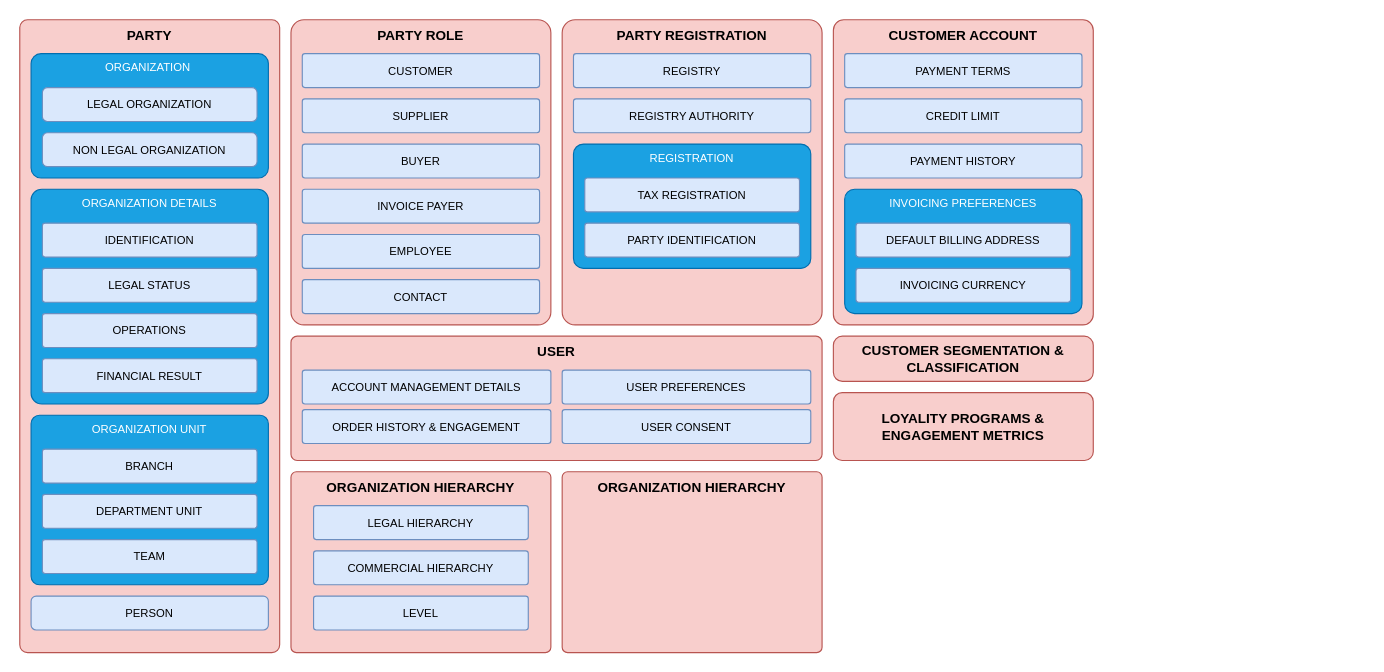
This is page "Customer Functional Area" (5 of 5) of docs/modeling/Customer-Manutan.drawio from pastel-gbetoho/PastelGbetoho-data-library, a draw.io file, before an edit. Source tidied: cells renumbered, new cells numbered last; positions are measured from the earlier drawing's top-left corner, leaving out a move shared by most shapes. Both pictures are drawn from the tidied source at 113%, with x=0, y=0 at pixel (19, 19).
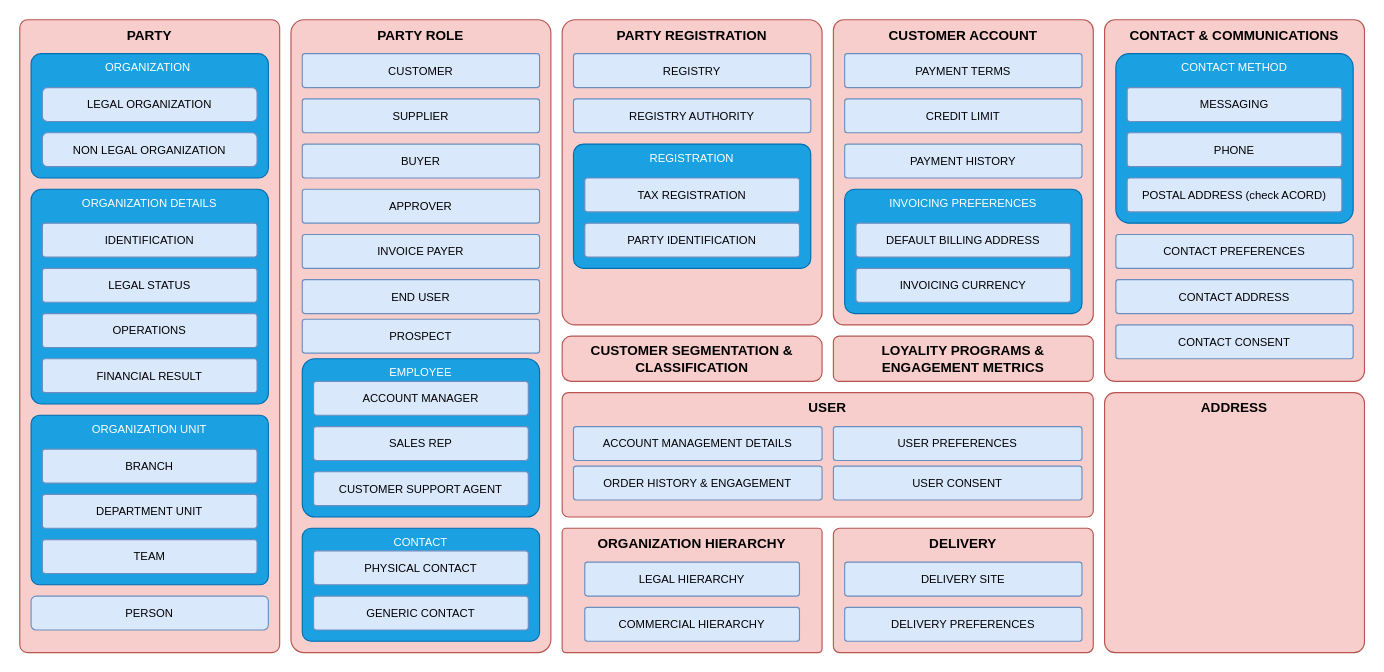
After the change.

What changed in the source:
```diff
@@
     <mxCell id="7" value="PARTY ROLE" style="rounded=1;whiteSpace=wrap;html=1;fillColor=#f8cecc;strokeColor=#b85450;arcSize=5;verticalAlign=top;fontSize=12;fontStyle=1;" parent="1" vertex="1">
-      <mxGeometry x="240" width="230" height="270" as="geometry" />
+      <mxGeometry x="240" width="230" height="560" as="geometry" />
     </mxCell>
@@
-    <mxCell id="16" value="INVOICE PAYER" style="rounded=1;whiteSpace=wrap;html=1;fillColor=#dae8fc;strokeColor=#6c8ebf;verticalAlign=middle;arcSize=8;fontSize=10;" parent="1" vertex="1">
+    <mxCell id="16" value="APPROVER" style="rounded=1;whiteSpace=wrap;html=1;fillColor=#dae8fc;strokeColor=#6c8ebf;verticalAlign=middle;arcSize=8;fontSize=10;" parent="1" vertex="1">
       <mxGeometry x="250" y="150" width="210" height="30" as="geometry" />
     </mxCell>
@@
-    <mxCell id="30" value="EMPLOYEE" style="rounded=1;whiteSpace=wrap;html=1;fillColor=#dae8fc;strokeColor=#6c8ebf;verticalAlign=middle;arcSize=8;fontSize=10;" parent="1" vertex="1">
-      <mxGeometry x="250" y="190" width="210" height="30" as="geometry" />
-    </mxCell>
     <mxCell id="31" value="CUSTOMER SEGMENTATION &amp;amp; CLASSIFICATION" style="rounded=1;whiteSpace=wrap;html=1;fillColor=#f8cecc;strokeColor=#b85450;arcSize=20;verticalAlign=middle;fontSize=12;fontStyle=1;" parent="1" vertex="1">
-      <mxGeometry x="720" y="280" width="230" height="40" as="geometry" />
+      <mxGeometry x="480" y="280" width="230" height="40" as="geometry" />
     </mxCell>
     <mxCell id="32" value="LOYALITY PROGRAMS &amp;amp; ENGAGEMENT METRICS" style="rounded=1;whiteSpace=wrap;html=1;fillColor=#f8cecc;strokeColor=#b85450;arcSize=13;verticalAlign=middle;fontSize=12;fontStyle=1;" parent="1" vertex="1">
-      <mxGeometry x="720" y="330" width="230" height="60" as="geometry" />
+      <mxGeometry x="720" y="280" width="230" height="40" as="geometry" />
     </mxCell>
     <mxCell id="33" value="USER" style="rounded=1;whiteSpace=wrap;html=1;fillColor=#f8cecc;strokeColor=#b85450;arcSize=5;verticalAlign=top;fontSize=12;fontStyle=1;" parent="1" vertex="1">
-      <mxGeometry x="240" y="280" width="470" height="110" as="geometry" />
+      <mxGeometry x="480" y="330" width="470" height="110" as="geometry" />
     </mxCell>
     <mxCell id="34" value="ACCOUNT MANAGEMENT DETAILS" style="rounded=1;whiteSpace=wrap;html=1;fillColor=#dae8fc;strokeColor=#6c8ebf;verticalAlign=middle;arcSize=8;fontSize=10;" parent="1" vertex="1">
-      <mxGeometry x="250" y="310" width="220" height="30" as="geometry" />
+      <mxGeometry x="490" y="360" width="220" height="30" as="geometry" />
     </mxCell>
     <mxCell id="35" value="ORDER HISTORY &amp;amp; ENGAGEMENT" style="rounded=1;whiteSpace=wrap;html=1;fillColor=#dae8fc;strokeColor=#6c8ebf;verticalAlign=middle;arcSize=8;fontSize=10;" parent="1" vertex="1">
-      <mxGeometry x="250" y="345" width="220" height="30" as="geometry" />
+      <mxGeometry x="490" y="395" width="220" height="30" as="geometry" />
     </mxCell>
     <mxCell id="36" value="USER PREFERENCES" style="rounded=1;whiteSpace=wrap;html=1;fillColor=#dae8fc;strokeColor=#6c8ebf;verticalAlign=middle;arcSize=8;fontSize=10;" parent="1" vertex="1">
-      <mxGeometry x="480" y="310" width="220" height="30" as="geometry" />
+      <mxGeometry x="720" y="360" width="220" height="30" as="geometry" />
     </mxCell>
     <mxCell id="37" value="USER CONSENT" style="rounded=1;whiteSpace=wrap;html=1;fillColor=#dae8fc;strokeColor=#6c8ebf;verticalAlign=middle;arcSize=8;fontSize=10;" parent="1" vertex="1">
-      <mxGeometry x="480" y="345" width="220" height="30" as="geometry" />
+      <mxGeometry x="720" y="395" width="220" height="30" as="geometry" />
     </mxCell>
     <mxCell id="38" value="ORGANIZATION HIERARCHY" style="rounded=1;whiteSpace=wrap;html=1;fillColor=#f8cecc;strokeColor=#b85450;arcSize=3;verticalAlign=top;fontSize=12;fontStyle=1;" parent="1" vertex="1">
-      <mxGeometry x="240" y="400" width="230" height="160" as="geometry" />
+      <mxGeometry x="480" y="450" width="230" height="110" as="geometry" />
     </mxCell>
     <mxCell id="39" value="LEGAL HIERARCHY" style="rounded=1;whiteSpace=wrap;html=1;fillColor=#dae8fc;strokeColor=#6c8ebf;verticalAlign=middle;arcSize=8;fontSize=10;" parent="1" vertex="1">
-      <mxGeometry x="260" y="430" width="190" height="30" as="geometry" />
+      <mxGeometry x="500" y="480" width="190" height="30" as="geometry" />
     </mxCell>
     <mxCell id="40" value="COMMERCIAL HIERARCHY" style="rounded=1;whiteSpace=wrap;html=1;fillColor=#dae8fc;strokeColor=#6c8ebf;verticalAlign=middle;arcSize=8;fontSize=10;" parent="1" vertex="1">
-      <mxGeometry x="260" y="470" width="190" height="30" as="geometry" />
+      <mxGeometry x="500" y="520" width="190" height="30" as="geometry" />
     </mxCell>
@@
-    <mxCell id="45" value="LEVEL" style="rounded=1;whiteSpace=wrap;html=1;fillColor=#dae8fc;strokeColor=#6c8ebf;verticalAlign=middle;arcSize=8;fontSize=10;" parent="1" vertex="1">
-      <mxGeometry x="260" y="510" width="190" height="30" as="geometry" />
-    </mxCell>
-    <mxCell id="46" value="ORGANIZATION HIERARCHY" style="rounded=1;whiteSpace=wrap;html=1;fillColor=#f8cecc;strokeColor=#b85450;arcSize=3;verticalAlign=top;fontSize=12;fontStyle=1;" parent="1" vertex="1">
-      <mxGeometry x="480" y="400" width="230" height="160" as="geometry" />
-    </mxCell>
+    <mxCell id="48" value="INVOICE PAYER" style="rounded=1;whiteSpace=wrap;html=1;fillColor=#dae8fc;strokeColor=#6c8ebf;verticalAlign=middle;arcSize=8;fontSize=10;" parent="1" vertex="1">
+      <mxGeometry x="250" y="190" width="210" height="30" as="geometry" />
+    </mxCell>
+    <mxCell id="49" value="END USER" style="rounded=1;whiteSpace=wrap;html=1;fillColor=#dae8fc;strokeColor=#6c8ebf;verticalAlign=middle;arcSize=8;fontSize=10;" parent="1" vertex="1">
+      <mxGeometry x="250" y="230" width="210" height="30" as="geometry" />
+    </mxCell>
+    <mxCell id="30" value="EMPLOYEE" style="rounded=1;whiteSpace=wrap;html=1;fillColor=#1ba1e2;strokeColor=#006EAF;verticalAlign=top;arcSize=8;fontSize=10;fontColor=#ffffff;" parent="1" vertex="1">
+      <mxGeometry x="250" y="300" width="210" height="140" as="geometry" />
+    </mxCell>
+    <mxCell id="50" value="ACCOUNT MANAGER" style="rounded=1;whiteSpace=wrap;html=1;fillColor=#dae8fc;strokeColor=#6c8ebf;verticalAlign=middle;arcSize=8;fontSize=10;" parent="1" vertex="1">
+      <mxGeometry x="260" y="320" width="190" height="30" as="geometry" />
+    </mxCell>
+    <mxCell id="51" value="SALES REP" style="rounded=1;whiteSpace=wrap;html=1;fillColor=#dae8fc;strokeColor=#6c8ebf;verticalAlign=middle;arcSize=8;fontSize=10;" parent="1" vertex="1">
+      <mxGeometry x="260" y="360" width="190" height="30" as="geometry" />
+    </mxCell>
+    <mxCell id="52" value="CUSTOMER SUPPORT AGENT" style="rounded=1;whiteSpace=wrap;html=1;fillColor=#dae8fc;strokeColor=#6c8ebf;verticalAlign=middle;arcSize=8;fontSize=10;" parent="1" vertex="1">
+      <mxGeometry x="260" y="400" width="190" height="30" as="geometry" />
+    </mxCell>
-    <mxCell id="47" value="CONTACT" style="rounded=1;whiteSpace=wrap;html=1;fillColor=#dae8fc;strokeColor=#6c8ebf;verticalAlign=middle;arcSize=8;fontSize=10;" parent="1" vertex="1">
-      <mxGeometry x="250" y="230" width="210" height="30" as="geometry" />
+    <mxCell id="47" value="CONTACT" style="rounded=1;whiteSpace=wrap;html=1;fillColor=#1ba1e2;strokeColor=#006EAF;verticalAlign=top;arcSize=8;fontSize=10;fontColor=#ffffff;" parent="1" vertex="1">
+      <mxGeometry x="250" y="450" width="210" height="100" as="geometry" />
     </mxCell>
+    <mxCell id="53" value="PHYSICAL CONTACT" style="rounded=1;whiteSpace=wrap;html=1;fillColor=#dae8fc;strokeColor=#6c8ebf;verticalAlign=middle;arcSize=8;fontSize=10;" parent="1" vertex="1">
+      <mxGeometry x="260" y="470" width="190" height="30" as="geometry" />
+    </mxCell>
+    <mxCell id="54" value="GENERIC CONTACT" style="rounded=1;whiteSpace=wrap;html=1;fillColor=#dae8fc;strokeColor=#6c8ebf;verticalAlign=middle;arcSize=8;fontSize=10;" parent="1" vertex="1">
+      <mxGeometry x="260" y="510" width="190" height="30" as="geometry" />
+    </mxCell>
+    <mxCell id="55" value="PROSPECT" style="rounded=1;whiteSpace=wrap;html=1;fillColor=#dae8fc;strokeColor=#6c8ebf;verticalAlign=middle;arcSize=8;fontSize=10;" parent="1" vertex="1">
+      <mxGeometry x="250" y="265" width="210" height="30" as="geometry" />
+    </mxCell>
+    <mxCell id="56" value="CONTACT &amp;amp; COMMUNICATIONS" style="rounded=1;whiteSpace=wrap;html=1;fillColor=#f8cecc;strokeColor=#b85450;arcSize=4;verticalAlign=top;fontSize=12;fontStyle=1;" parent="1" vertex="1">
+      <mxGeometry x="960" width="230" height="320" as="geometry" />
+    </mxCell>
+    <mxCell id="57" value="CONTACT METHOD" style="rounded=1;whiteSpace=wrap;html=1;fillColor=#1ba1e2;strokeColor=#006EAF;verticalAlign=top;arcSize=8;fontSize=10;fontColor=#ffffff;" parent="1" vertex="1">
+      <mxGeometry x="970" y="30" width="210" height="150" as="geometry" />
+    </mxCell>
+    <mxCell id="58" value="MESSAGING" style="rounded=1;whiteSpace=wrap;html=1;fillColor=#dae8fc;strokeColor=#6c8ebf;verticalAlign=middle;arcSize=8;fontSize=10;" parent="1" vertex="1">
+      <mxGeometry x="980" y="60" width="190" height="30" as="geometry" />
+    </mxCell>
+    <mxCell id="59" value="PHONE" style="rounded=1;whiteSpace=wrap;html=1;fillColor=#dae8fc;strokeColor=#6c8ebf;verticalAlign=middle;arcSize=8;fontSize=10;" parent="1" vertex="1">
+      <mxGeometry x="980" y="100" width="190" height="30" as="geometry" />
+    </mxCell>
+    <mxCell id="60" value="CONTACT PREFERENCES" style="rounded=1;whiteSpace=wrap;html=1;fillColor=#dae8fc;strokeColor=#6c8ebf;verticalAlign=middle;arcSize=8;fontSize=10;" parent="1" vertex="1">
+      <mxGeometry x="970" y="190" width="210" height="30" as="geometry" />
+    </mxCell>
+    <mxCell id="61" value="CONTACT ADDRESS" style="rounded=1;whiteSpace=wrap;html=1;fillColor=#dae8fc;strokeColor=#6c8ebf;verticalAlign=middle;arcSize=8;fontSize=10;" parent="1" vertex="1">
+      <mxGeometry x="970" y="230" width="210" height="30" as="geometry" />
+    </mxCell>
+    <mxCell id="62" value="CONTACT CONSENT" style="rounded=1;whiteSpace=wrap;html=1;fillColor=#dae8fc;strokeColor=#6c8ebf;verticalAlign=middle;arcSize=8;fontSize=10;" parent="1" vertex="1">
+      <mxGeometry x="970" y="270" width="210" height="30" as="geometry" />
+    </mxCell>
+    <mxCell id="63" value="POSTAL ADDRESS (check ACORD)" style="rounded=1;whiteSpace=wrap;html=1;fillColor=#dae8fc;strokeColor=#6c8ebf;verticalAlign=middle;arcSize=8;fontSize=10;" parent="1" vertex="1">
+      <mxGeometry x="980" y="140" width="190" height="30" as="geometry" />
+    </mxCell>
+    <mxCell id="64" value="DELIVERY" style="rounded=1;whiteSpace=wrap;html=1;fillColor=#f8cecc;strokeColor=#b85450;arcSize=5;verticalAlign=top;fontSize=12;fontStyle=1;" parent="1" vertex="1">
+      <mxGeometry x="720" y="450" width="230" height="110" as="geometry" />
+    </mxCell>
+    <mxCell id="65" value="DELIVERY SITE" style="rounded=1;whiteSpace=wrap;html=1;fillColor=#dae8fc;strokeColor=#6c8ebf;verticalAlign=middle;arcSize=8;fontSize=10;" parent="1" vertex="1">
+      <mxGeometry x="730" y="480" width="210" height="30" as="geometry" />
+    </mxCell>
+    <mxCell id="66" value="DELIVERY PREFERENCES" style="rounded=1;whiteSpace=wrap;html=1;fillColor=#dae8fc;strokeColor=#6c8ebf;verticalAlign=middle;arcSize=8;fontSize=10;" parent="1" vertex="1">
+      <mxGeometry x="730" y="520" width="210" height="30" as="geometry" />
+    </mxCell>
+    <mxCell id="67" value="ADDRESS" style="rounded=1;whiteSpace=wrap;html=1;fillColor=#f8cecc;strokeColor=#b85450;arcSize=4;verticalAlign=top;fontSize=12;fontStyle=1;" parent="1" vertex="1">
+      <mxGeometry x="960" y="330" width="230" height="230" as="geometry" />
+    </mxCell>
```
